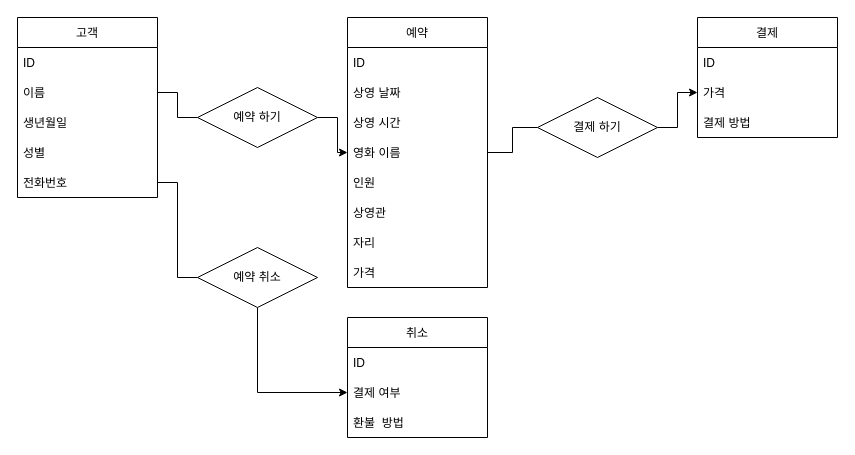
Above: 예매 및 취소.drawio in chacha0707/db (draw.io), before the change. Source tidied: cells renumbered, new cells numbered last; positions are measured from the earlier drawing's top-left corner, leaving out a move shared by most shapes. Both pictures are drawn from the tidied source at 100%, with x=0, y=0 at pixel (17, 17).
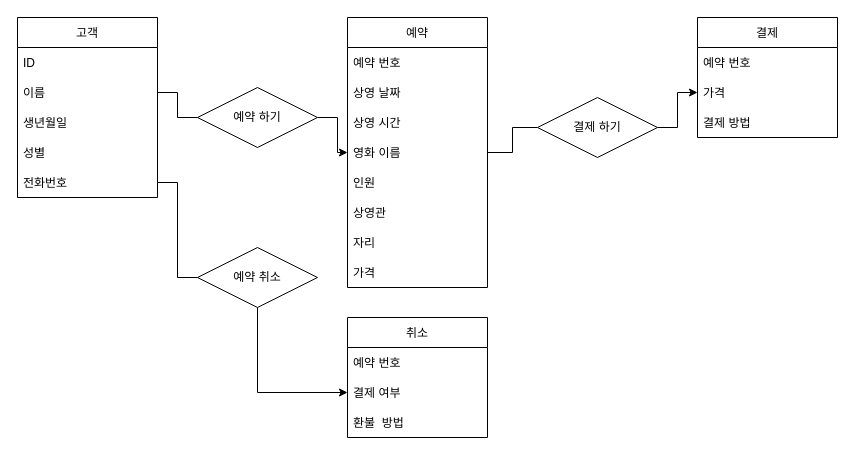
The same page after the edit.

Commit message (it also covers changes not shown here):
Update 예매 및 취소.drawio

Unchanged cells that the change refers to:
```xml
<mxCell id="2" value="취소" style="swimlane;fontStyle=0;horizontal=1;startSize=30;" parent="1" vertex="1">
  <mxGeometry x="330" y="300" width="140" height="120" as="geometry" />
</mxCell>
<mxCell id="6" value="결제" style="swimlane;fontStyle=0;horizontal=1;startSize=30;" parent="1" vertex="1">
  <mxGeometry x="680" width="140" height="120" as="geometry" />
</mxCell>
<mxCell id="10" value="예약" style="swimlane;fontStyle=0;horizontal=1;startSize=30;" parent="1" vertex="1">
  <mxGeometry x="330" width="140" height="270" as="geometry" />
</mxCell>
```

The edit, as a diff of the source:
```diff
@@
-    <mxCell id="3" value="ID" style="text;strokeColor=none;fillColor=none;align=left;verticalAlign=middle;spacingLeft=4;spacingRight=4;overflow=hidden;" parent="2" vertex="1">
+    <mxCell id="3" value="예약 번호" style="text;strokeColor=none;fillColor=none;align=left;verticalAlign=middle;spacingLeft=4;spacingRight=4;overflow=hidden;" parent="2" vertex="1">
       <mxGeometry y="30" width="140" height="30" as="geometry" />
     </mxCell>
@@
-    <mxCell id="7" value="ID" style="text;strokeColor=none;fillColor=none;align=left;verticalAlign=middle;spacingLeft=4;spacingRight=4;overflow=hidden;" parent="6" vertex="1">
+    <mxCell id="7" value="예약 번호" style="text;strokeColor=none;fillColor=none;align=left;verticalAlign=middle;spacingLeft=4;spacingRight=4;overflow=hidden;" parent="6" vertex="1">
       <mxGeometry y="30" width="140" height="30" as="geometry" />
     </mxCell>
@@
-    <mxCell id="11" value="ID" style="text;strokeColor=none;fillColor=none;align=left;verticalAlign=middle;spacingLeft=4;spacingRight=4;overflow=hidden;" parent="10" vertex="1">
+    <mxCell id="11" value="예약 번호" style="text;strokeColor=none;fillColor=none;align=left;verticalAlign=middle;spacingLeft=4;spacingRight=4;overflow=hidden;" parent="10" vertex="1">
       <mxGeometry y="30" width="140" height="30" as="geometry" />
     </mxCell>
```
